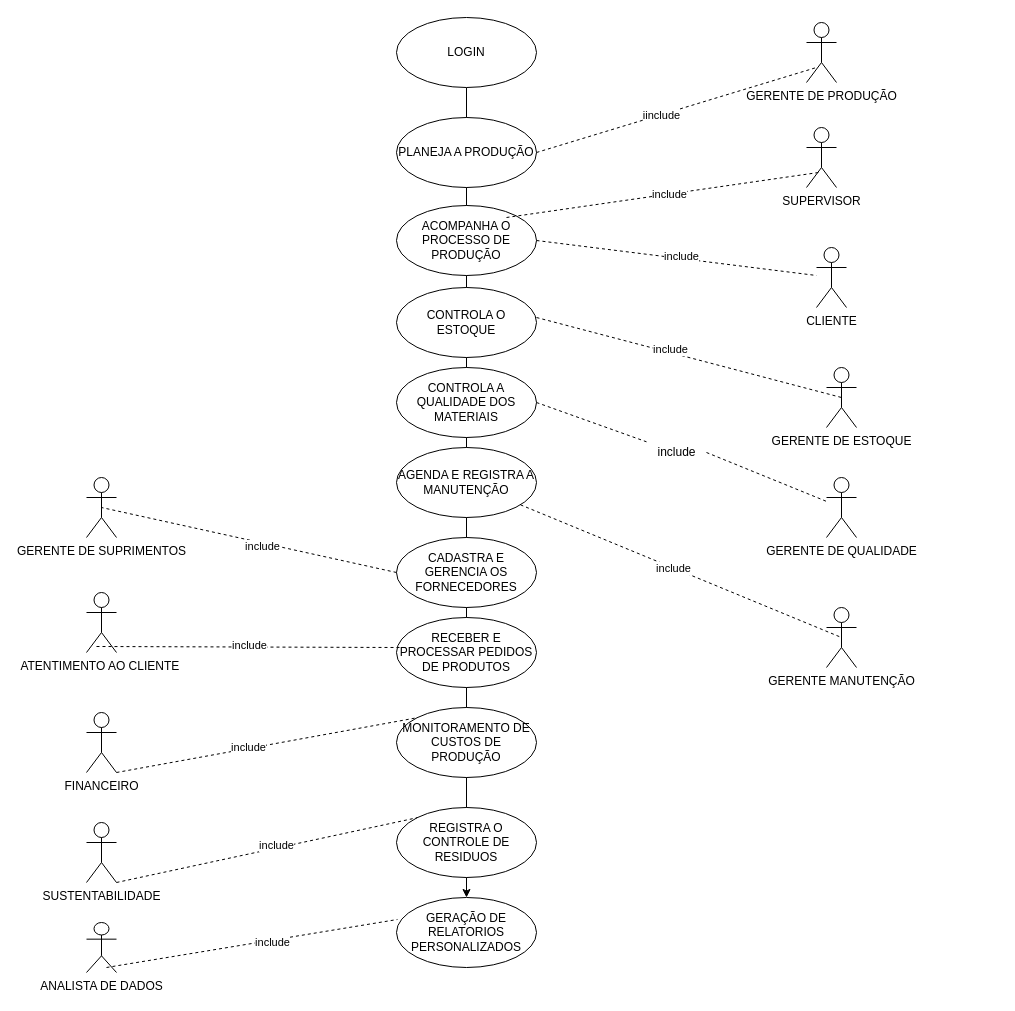
Earlier version of the draw.io diagram Diagrama sem nome.drawio (michaelzin/Alumicad). Source tidied: cells renumbered, new cells numbered last; positions are measured from the earlier drawing's top-left corner, leaving out a move shared by most shapes. Both pictures are drawn from the tidied source at 100%, with x=0, y=0 at pixel (86, 17).
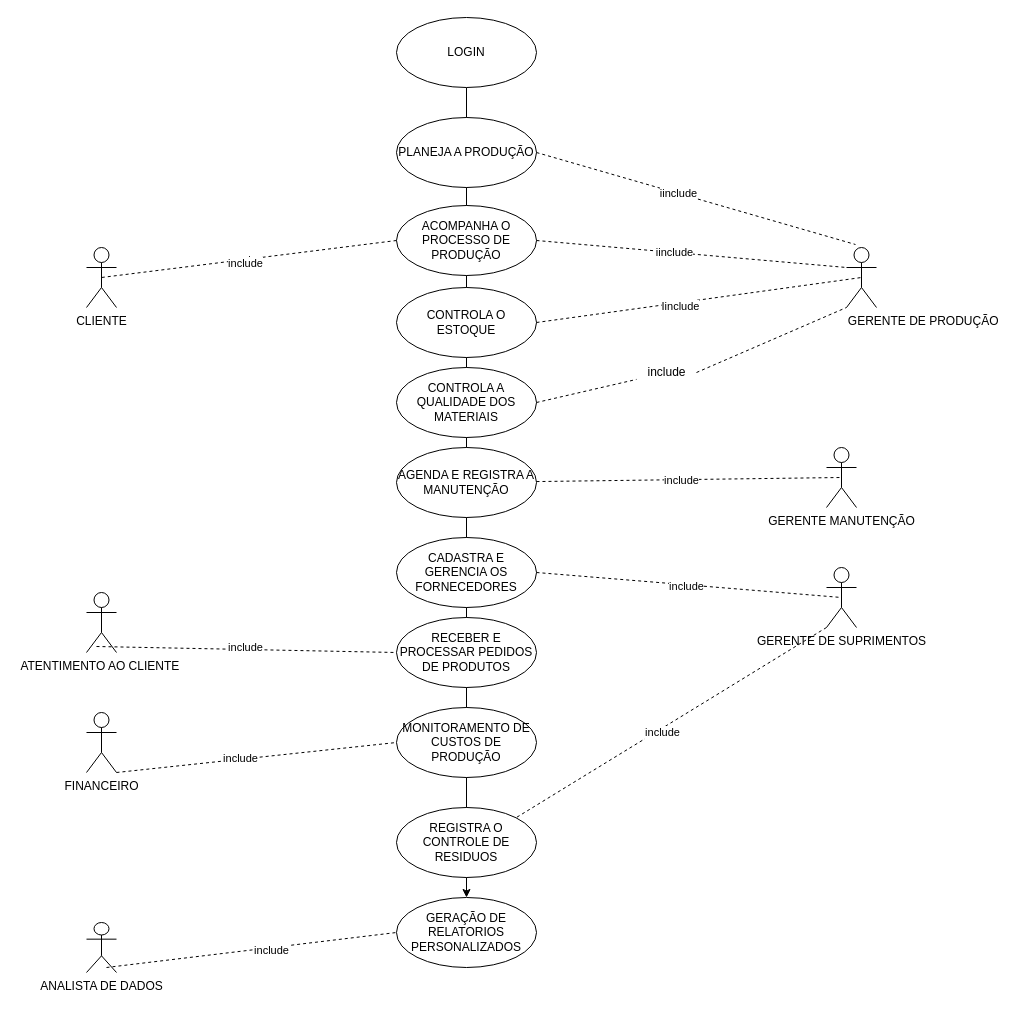
After the change.

Unchanged cells that the change refers to:
```xml
<mxCell id="8" value="ATENTIMENTO AO CLIENTE&amp;nbsp;" style="shape=umlActor;verticalLabelPosition=bottom;verticalAlign=top;html=1;" parent="1" vertex="1">
  <mxGeometry y="575" width="30" height="60" as="geometry" />
</mxCell>
<mxCell id="9" value="FINANCEIRO" style="shape=umlActor;verticalLabelPosition=bottom;verticalAlign=top;html=1;" parent="1" vertex="1">
  <mxGeometry y="695" width="30" height="60" as="geometry" />
</mxCell>
<mxCell id="11" value="ANALISTA DE DADOS" style="shape=umlActor;verticalLabelPosition=bottom;verticalAlign=top;html=1;" parent="1" vertex="1">
  <mxGeometry y="905" width="30" height="50" as="geometry" />
</mxCell>
<mxCell id="14" value="PLANEJA A PRODUÇÃO" style="ellipse;whiteSpace=wrap;html=1;" parent="1" vertex="1">
  <mxGeometry x="310" y="100" width="140" height="70" as="geometry" />
</mxCell>
<mxCell id="17" value="ACOMPANHA O PROCESSO DE PRODUÇÃO" style="ellipse;whiteSpace=wrap;html=1;" parent="1" vertex="1">
  <mxGeometry x="310" y="188" width="140" height="70" as="geometry" />
</mxCell>
<mxCell id="20" value="CONTROLA O ESTOQUE" style="ellipse;whiteSpace=wrap;html=1;" parent="1" vertex="1">
  <mxGeometry x="310" y="270" width="140" height="70" as="geometry" />
</mxCell>
<mxCell id="27" value="CADASTRA E GERENCIA OS FORNECEDORES" style="ellipse;whiteSpace=wrap;html=1;" parent="1" vertex="1">
  <mxGeometry x="310" y="520" width="140" height="70" as="geometry" />
</mxCell>
<mxCell id="30" value="RECEBER E PROCESSAR PEDIDOS DE PRODUTOS" style="ellipse;whiteSpace=wrap;html=1;" parent="1" vertex="1">
  <mxGeometry x="310" y="600" width="140" height="70" as="geometry" />
</mxCell>
<mxCell id="33" value="REGISTRA O CONTROLE DE RESIDUOS" style="ellipse;whiteSpace=wrap;html=1;" parent="1" vertex="1">
  <mxGeometry x="310" y="790" width="140" height="70" as="geometry" />
</mxCell>
<mxCell id="34" value="MONITORAMENTO DE CUSTOS DE PRODUÇÃO" style="ellipse;whiteSpace=wrap;html=1;" parent="1" vertex="1">
  <mxGeometry x="310" y="690" width="140" height="70" as="geometry" />
</mxCell>
<mxCell id="39" value="GERAÇÃO DE RELATORIOS PERSONALIZADOS" style="ellipse;whiteSpace=wrap;html=1;" parent="1" vertex="1">
  <mxGeometry x="310" y="880" width="140" height="70" as="geometry" />
</mxCell>
```

What changed in the source:
```diff
@@
     <mxCell id="2" value="GERENTE MANUTENÇÃO" style="shape=umlActor;verticalLabelPosition=bottom;verticalAlign=top;html=1;" parent="1" vertex="1">
-      <mxGeometry x="740" y="590" width="30" height="60" as="geometry" />
+      <mxGeometry x="740" y="430" width="30" height="60" as="geometry" />
     </mxCell>
-    <mxCell id="3" value="GERENTE DE QUALIDADE" style="shape=umlActor;verticalLabelPosition=bottom;verticalAlign=top;html=1;" parent="1" vertex="1">
-      <mxGeometry x="740" y="460" width="30" height="60" as="geometry" />
-    </mxCell>
-    <mxCell id="4" value="GERENTE DE ESTOQUE" style="shape=umlActor;verticalLabelPosition=bottom;verticalAlign=top;html=1;" parent="1" vertex="1">
-      <mxGeometry x="740" y="350" width="30" height="60" as="geometry" />
-    </mxCell>
-    <mxCell id="5" value="SUPERVISOR" style="shape=umlActor;verticalLabelPosition=bottom;verticalAlign=top;html=1;" parent="1" vertex="1">
-      <mxGeometry x="720" y="110" width="30" height="60" as="geometry" />
-    </mxCell>
-    <mxCell id="6" value="GERENTE DE PRODUÇÃO" style="shape=umlActor;verticalLabelPosition=bottom;verticalAlign=top;html=1;" parent="1" vertex="1">
-      <mxGeometry x="720" y="5" width="30" height="60" as="geometry" />
+    <mxCell id="6" value="&amp;nbsp; &amp;nbsp; &amp;nbsp; &amp;nbsp; &amp;nbsp; &amp;nbsp; &amp;nbsp; &amp;nbsp; &amp;nbsp; &amp;nbsp; &amp;nbsp; &amp;nbsp; &amp;nbsp; &amp;nbsp; &amp;nbsp; &amp;nbsp; &amp;nbsp; &amp;nbsp; &amp;nbsp;GERENTE DE PRODUÇÃO" style="shape=umlActor;verticalLabelPosition=bottom;verticalAlign=top;html=1;" parent="1" vertex="1">
+      <mxGeometry x="760" y="230" width="30" height="60" as="geometry" />
     </mxCell>
     <mxCell id="7" value="GERENTE DE SUPRIMENTOS" style="shape=umlActor;verticalLabelPosition=bottom;verticalAlign=top;html=1;" parent="1" vertex="1">
-      <mxGeometry y="460" width="30" height="60" as="geometry" />
+      <mxGeometry x="740" y="550" width="30" height="60" as="geometry" />
     </mxCell>
@@
-    <mxCell id="10" value="SUSTENTABILIDADE" style="shape=umlActor;verticalLabelPosition=bottom;verticalAlign=top;html=1;" parent="1" vertex="1">
-      <mxGeometry y="805" width="30" height="60" as="geometry" />
-    </mxCell>
@@
-    <mxCell id="15" style="endArrow=none;dashed=1;html=1;rounded=0;entryX=0.333;entryY=0.75;entryDx=0;entryDy=0;entryPerimeter=0;exitX=1;exitY=0.5;exitDx=0;exitDy=0;" parent="1" edge="1" source="14" target="6">
+    <mxCell id="15" style="endArrow=none;dashed=1;html=1;rounded=0;entryX=0.3;entryY=-0.05;entryDx=0;entryDy=0;entryPerimeter=0;exitX=1;exitY=0.5;exitDx=0;exitDy=0;" parent="1" edge="1" source="14" target="6">
       <mxGeometry relative="1" as="geometry" />
     </mxCell>
@@
-    <mxCell id="18" style="endArrow=none;dashed=1;html=1;rounded=0;entryX=0.4;entryY=0.75;entryDx=0;entryDy=0;entryPerimeter=0;" parent="1" edge="1" target="5">
-      <mxGeometry relative="1" as="geometry">
-        <mxPoint x="420" y="200" as="sourcePoint" />
-      </mxGeometry>
-    </mxCell>
-    <mxCell id="19" value="include" style="edgeLabel;html=1;align=center;verticalAlign=middle;" parent="18" vertex="1">
-      <mxGeometry x="0.04" relative="1" as="geometry" />
-    </mxCell>
@@
-    <mxCell id="21" style="endArrow=none;dashed=1;html=1;rounded=0;entryX=0.5;entryY=0.5;entryDx=0;entryDy=0;entryPerimeter=0;" parent="1" edge="1" target="4">
-      <mxGeometry relative="1" as="geometry">
-        <mxPoint x="450" y="300" as="sourcePoint" />
-      </mxGeometry>
-    </mxCell>
-    <mxCell id="22" value="include" style="edgeLabel;html=1;align=center;verticalAlign=middle;" parent="21" vertex="1">
-      <mxGeometry x="-0.13" y="3" relative="1" as="geometry" />
-    </mxCell>
@@
-    <mxCell id="28" style="endArrow=none;dashed=1;html=1;rounded=0;entryX=0.5;entryY=0.5;entryDx=0;entryDy=0;entryPerimeter=0;exitX=0;exitY=0.5;exitDx=0;exitDy=0;" parent="1" edge="1" source="27" target="7">
+    <mxCell id="28" style="endArrow=none;dashed=1;html=1;rounded=0;entryX=0.5;entryY=0.5;entryDx=0;entryDy=0;entryPerimeter=0;exitX=1;exitY=0.5;exitDx=0;exitDy=0;" parent="1" edge="1" source="27" target="7">
       <mxGeometry relative="1" as="geometry" />
     </mxCell>
@@
-    <mxCell id="31" style="endArrow=none;dashed=1;html=1;rounded=0;exitX=0.333;exitY=0.9;exitDx=0;exitDy=0;exitPerimeter=0;entryX=0.071;entryY=0.429;entryDx=0;entryDy=0;entryPerimeter=0;" parent="1" edge="1" source="8" target="30">
+    <mxCell id="31" style="endArrow=none;dashed=1;html=1;rounded=0;exitX=0.333;exitY=0.9;exitDx=0;exitDy=0;exitPerimeter=0;entryX=0;entryY=0.5;entryDx=0;entryDy=0;" parent="1" edge="1" source="8" target="30">
       <mxGeometry relative="1" as="geometry" />
     </mxCell>
@@
-    <mxCell id="35" style="endArrow=none;dashed=1;html=1;rounded=0;exitX=1;exitY=1;exitDx=0;exitDy=0;exitPerimeter=0;entryX=0;entryY=0;entryDx=0;entryDy=0;" parent="1" edge="1" source="9" target="34">
+    <mxCell id="35" style="endArrow=none;dashed=1;html=1;rounded=0;exitX=1;exitY=1;exitDx=0;exitDy=0;exitPerimeter=0;entryX=0;entryY=0.5;entryDx=0;entryDy=0;" parent="1" edge="1" source="9" target="34">
       <mxGeometry relative="1" as="geometry" />
     </mxCell>
@@
-    <mxCell id="37" style="endArrow=none;dashed=1;html=1;rounded=0;exitX=1;exitY=1;exitDx=0;exitDy=0;exitPerimeter=0;entryX=0;entryY=0;entryDx=0;entryDy=0;" parent="1" edge="1" source="10" target="33">
+    <mxCell id="37" style="endArrow=none;dashed=1;html=1;rounded=0;exitX=0;exitY=1;exitDx=0;exitDy=0;exitPerimeter=0;entryX=1;entryY=0;entryDx=0;entryDy=0;" parent="1" edge="1" source="7" target="33">
       <mxGeometry relative="1" as="geometry" />
     </mxCell>
@@
-    <mxCell id="40" style="endArrow=none;dashed=1;html=1;rounded=0;exitX=0.667;exitY=0.9;exitDx=0;exitDy=0;exitPerimeter=0;entryX=0.007;entryY=0.314;entryDx=0;entryDy=0;entryPerimeter=0;" parent="1" edge="1" source="11" target="39">
+    <mxCell id="40" style="endArrow=none;dashed=1;html=1;rounded=0;exitX=0.667;exitY=0.9;exitDx=0;exitDy=0;exitPerimeter=0;entryX=0;entryY=0.5;entryDx=0;entryDy=0;" parent="1" edge="1" source="11" target="39">
       <mxGeometry relative="1" as="geometry" />
     </mxCell>
@@
     <mxCell id="42" value="CLIENTE" style="shape=umlActor;verticalLabelPosition=bottom;verticalAlign=top;html=1;" parent="1" vertex="1">
-      <mxGeometry x="730" y="230" width="30" height="60" as="geometry" />
+      <mxGeometry y="230" width="30" height="60" as="geometry" />
     </mxCell>
-    <mxCell id="43" style="endArrow=none;dashed=1;html=1;rounded=0;exitX=1;exitY=0.5;exitDx=0;exitDy=0;" parent="1" edge="1" source="17">
-      <mxGeometry relative="1" as="geometry">
-        <mxPoint x="730" y="258" as="targetPoint" />
-      </mxGeometry>
+    <mxCell id="43" style="endArrow=none;dashed=1;html=1;rounded=0;exitX=0;exitY=0.5;exitDx=0;exitDy=0;entryX=0.5;entryY=0.5;entryDx=0;entryDy=0;entryPerimeter=0;" parent="1" edge="1" source="17" target="42">
+      <mxGeometry relative="1" as="geometry" />
     </mxCell>
@@
-    <mxCell id="46" style="endArrow=none;dashed=1;html=1;rounded=0;exitX=1;exitY=0.5;exitDx=0;exitDy=0;" parent="1" edge="1" source="48" target="3">
+    <mxCell id="46" style="endArrow=none;dashed=1;html=1;rounded=0;exitX=1;exitY=0.5;exitDx=0;exitDy=0;entryX=0;entryY=1;entryDx=0;entryDy=0;entryPerimeter=0;" parent="1" edge="1" source="48" target="6">
       <mxGeometry relative="1" as="geometry" />
     </mxCell>
@@
     <mxCell id="48" value="include" style="text;html=1;align=center;verticalAlign=middle;points=[];strokeColor=none;fillColor=none;" parent="1" vertex="1">
-      <mxGeometry x="560" y="420" width="60" height="30" as="geometry" />
+      <mxGeometry x="550" y="340" width="60" height="30" as="geometry" />
     </mxCell>
+    <mxCell id="49" style="endArrow=none;dashed=1;html=1;rounded=0;entryX=0;entryY=0.3333333333333333;entryDx=0;entryDy=0;entryPerimeter=0;exitX=1;exitY=0.5;exitDx=0;exitDy=0;" parent="1" edge="1" source="17" target="6">
+      <mxGeometry relative="1" as="geometry" />
+    </mxCell>
+    <mxCell id="50" value="iinclude" style="edgeLabel;html=1;align=center;verticalAlign=middle;" parent="49" vertex="1">
+      <mxGeometry x="-0.12" relative="1" as="geometry">
+        <mxPoint x="1" as="offset" />
+      </mxGeometry>
+    </mxCell>
+    <mxCell id="51" style="endArrow=none;dashed=1;html=1;rounded=0;entryX=0.5;entryY=0.5;entryDx=0;entryDy=0;entryPerimeter=0;exitX=1;exitY=0.5;exitDx=0;exitDy=0;" parent="1" edge="1" source="20" target="6">
+      <mxGeometry relative="1" as="geometry" />
+    </mxCell>
+    <mxCell id="52" value="Iinclude" style="edgeLabel;html=1;align=center;verticalAlign=middle;" parent="51" vertex="1">
+      <mxGeometry x="-0.12" y="-3" relative="1" as="geometry" />
+    </mxCell>
```
